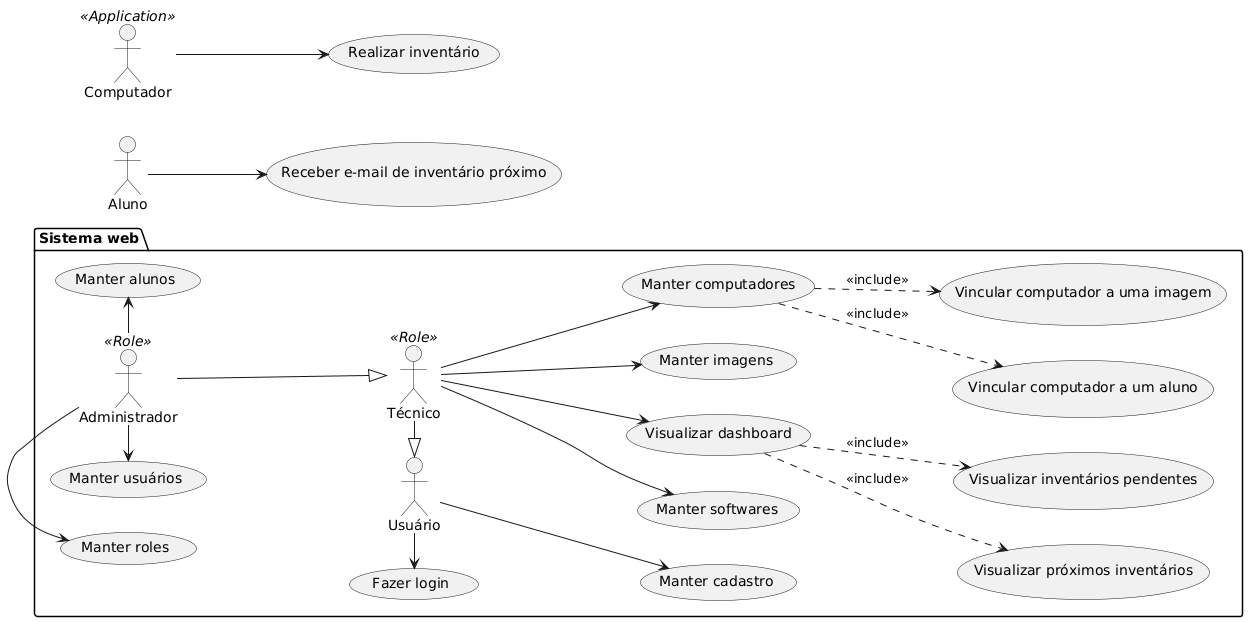
This is resources/casos-de-uso.png from kavvata/sigemp, a PlantUML export, as it was before one commit.
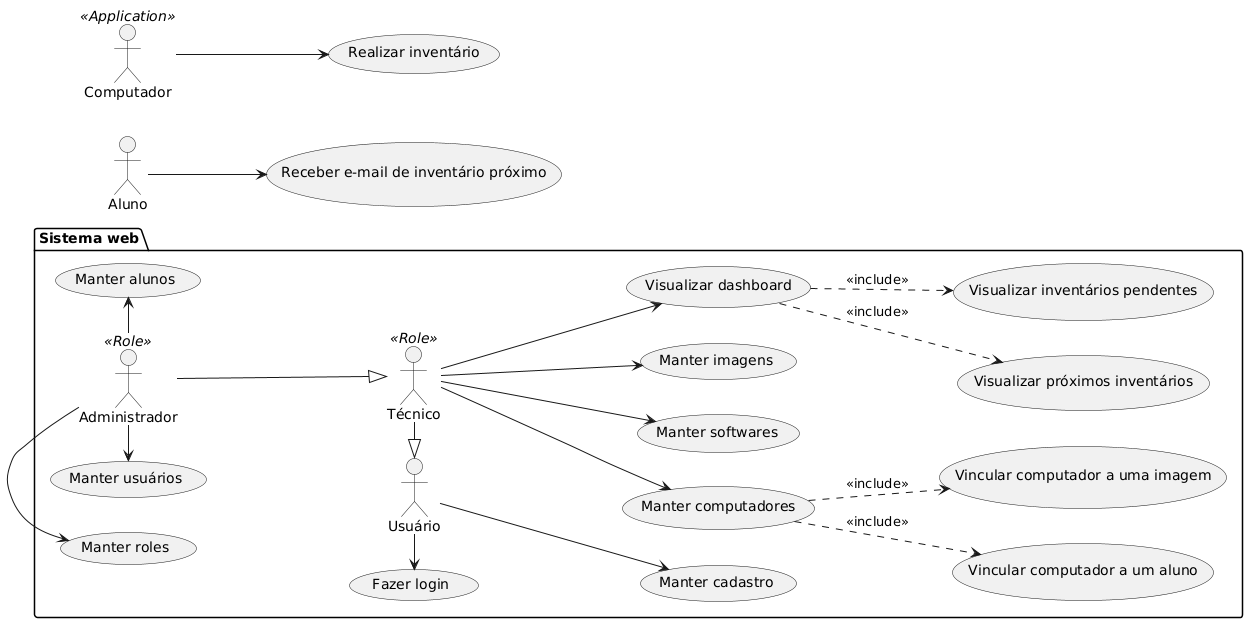
Later version of the same file.

Commit message:
Related #5: Alterado layout de casos de uso do técnico

What changed in the source:
```diff
@@ -1,29 +1,32 @@
 @startuml
 left to right direction
+
   package "Sistema web" {
     :Usuário: as user
+    :Técnico: as tec <<Role>>
+    :Administrador: as admin <<Role>>
+
     user -l-> (Fazer login)
     user --> (Manter cadastro)
 
-    :Técnico: as tec <<Role>>
+    "Visualizar dashboard" as (dash)
+    "Manter computadores" as (crudcomp)
     tec -l-|> user
-    "Manter computadores" as (crudcomp)
+    tec --> (Manter softwares)
+    tec --> (Manter imagens)
     tec --> crudcomp
-    tec --> (Manter softwares)
-    "Visualizar dashboard" as (dash)
     tec --> dash
     dash ..> (Visualizar próximos inventários) : <<include>>
     dash ..> (Visualizar inventários pendentes) : <<include>>
     crudcomp ..> (Vincular computador a um aluno) : <<include>>
     crudcomp ..> (Vincular computador a uma imagem) : <<include>>
-    tec --> (Manter imagens)
 
-    :Administrador: as admin <<Role>>
     admin -d-|> tec
     admin -l-> (Manter usuários)
     admin -l-> (Manter roles)
     admin -> (Manter alunos)
   }
+
   :Aluno: as alu
   alu --> (Receber e-mail de inventário próximo)
   :Computador: as comp <<Application>>
```
